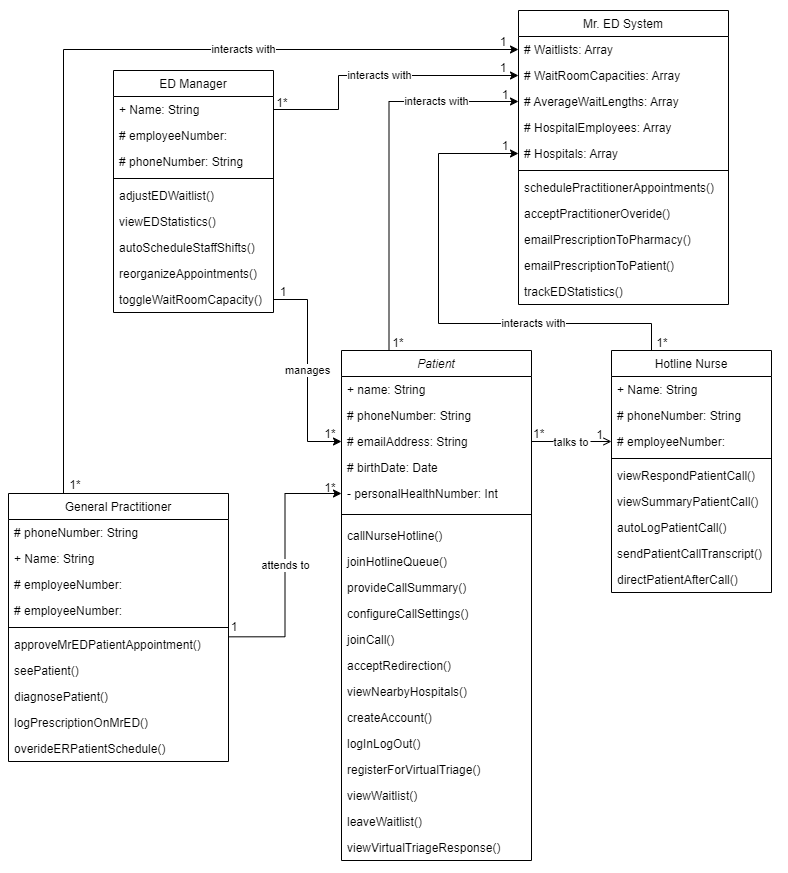
This is AmirWork/M2/Mister_ED_ClassDiagram.drawio.png from SENG-350-2024-fall/Team9, a draw.io export, as it was before one commit. Source tidied: cells renumbered, new cells last; positions are measured from the earlier drawing's top-left corner, leaving out a move shared by most shapes.
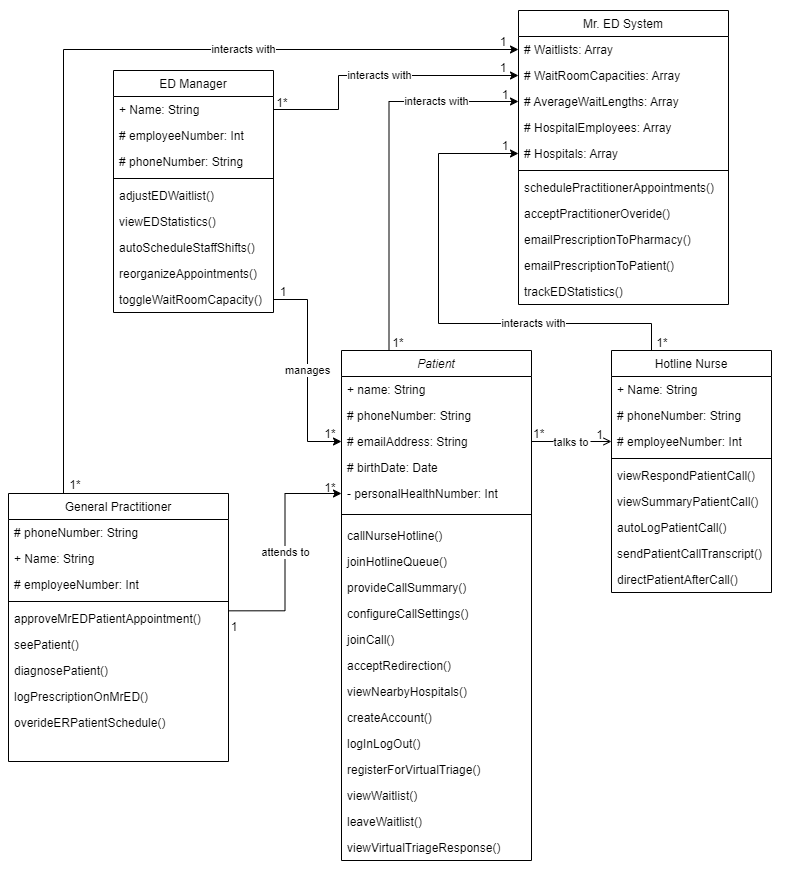
Above is the later version.

What changed in the source:
```diff
@@ -84,7 +84,7 @@
     <mxCell id="27" value="+ Name: String" style="text;align=left;verticalAlign=top;spacingLeft=4;spacingRight=4;overflow=hidden;points=[[0,0.5],[1,0.5]];portConstraint=eastwest;" parent="26" vertex="1">
       <mxGeometry y="26" width="160" height="26" as="geometry" />
     </mxCell>
-    <mxCell id="28" value="# employeeNumber: " style="text;align=left;verticalAlign=top;spacingLeft=4;spacingRight=4;overflow=hidden;rounded=0;shadow=0;html=0;" parent="26" vertex="1">
+    <mxCell id="28" value="# employeeNumber: Int" style="text;align=left;verticalAlign=top;spacingLeft=4;spacingRight=4;overflow=hidden;rounded=0;shadow=0;html=0;" parent="26" vertex="1">
       <mxGeometry y="52" width="160" height="26" as="geometry" />
     </mxCell>
     <mxCell id="29" value="# phoneNumber: String" style="text;align=left;verticalAlign=top;spacingLeft=4;spacingRight=4;overflow=hidden;rounded=0;shadow=0;html=0;" parent="26" vertex="1">
@@ -126,7 +126,7 @@
     <mxCell id="39" value="# phoneNumber: String" style="text;align=left;verticalAlign=top;spacingLeft=4;spacingRight=4;overflow=hidden;rounded=0;shadow=0;html=0;" parent="37" vertex="1">
       <mxGeometry y="52" width="160" height="26" as="geometry" />
     </mxCell>
-    <mxCell id="40" value="# employeeNumber: " style="text;align=left;verticalAlign=top;spacingLeft=4;spacingRight=4;overflow=hidden;points=[[0,0.5],[1,0.5]];portConstraint=eastwest;rounded=0;shadow=0;html=0;" parent="37" vertex="1">
+    <mxCell id="40" value="# employeeNumber: Int" style="text;align=left;verticalAlign=top;spacingLeft=4;spacingRight=4;overflow=hidden;points=[[0,0.5],[1,0.5]];portConstraint=eastwest;rounded=0;shadow=0;html=0;" parent="37" vertex="1">
       <mxGeometry y="78" width="160" height="26" as="geometry" />
     </mxCell>
     <mxCell id="41" style="line;html=1;strokeWidth=1;align=left;verticalAlign=middle;spacingTop=-1;spacingLeft=3;spacingRight=3;labelPosition=right;" parent="37" vertex="1">
@@ -159,29 +159,26 @@
     <mxCell id="50" value="+ Name: String" style="text;align=left;verticalAlign=top;spacingLeft=4;spacingRight=4;overflow=hidden;" parent="48" vertex="1">
       <mxGeometry y="52" width="220" height="26" as="geometry" />
     </mxCell>
-    <mxCell id="51" value="# employeeNumber: " style="text;align=left;verticalAlign=top;spacingLeft=4;spacingRight=4;overflow=hidden;rounded=0;shadow=0;html=0;" parent="48" vertex="1">
+    <mxCell id="51" value="# employeeNumber: Int" style="text;align=left;verticalAlign=top;spacingLeft=4;spacingRight=4;overflow=hidden;rounded=0;shadow=0;html=0;" parent="48" vertex="1">
       <mxGeometry y="78" width="220" height="26" as="geometry" />
     </mxCell>
-    <mxCell id="52" value="# employeeNumber: " style="text;align=left;verticalAlign=top;spacingLeft=4;spacingRight=4;overflow=hidden;rounded=0;shadow=0;html=0;" parent="48" vertex="1">
-      <mxGeometry y="104" width="220" height="26" as="geometry" />
-    </mxCell>
     <mxCell id="53" style="line;html=1;strokeWidth=1;align=left;verticalAlign=middle;spacingTop=-1;spacingLeft=3;spacingRight=3;labelPosition=right;" parent="48" vertex="1">
-      <mxGeometry y="130" width="220" height="8" as="geometry" />
+      <mxGeometry y="104" width="220" height="8" as="geometry" />
     </mxCell>
     <mxCell id="54" value="approveMrEDPatientAppointment()" style="text;align=left;verticalAlign=top;spacingLeft=4;spacingRight=4;overflow=hidden;points=[[0,0.5],[1,0.5]];portConstraint=eastwest;" parent="48" vertex="1">
-      <mxGeometry y="138" width="220" height="26" as="geometry" />
+      <mxGeometry y="112" width="220" height="26" as="geometry" />
     </mxCell>
     <mxCell id="55" value="seePatient()" style="text;align=left;verticalAlign=top;spacingLeft=4;spacingRight=4;overflow=hidden;" parent="48" vertex="1">
-      <mxGeometry y="164" width="220" height="26" as="geometry" />
+      <mxGeometry y="138" width="220" height="26" as="geometry" />
     </mxCell>
     <mxCell id="56" value="diagnosePatient()" style="text;align=left;verticalAlign=top;spacingLeft=4;spacingRight=4;overflow=hidden;" parent="48" vertex="1">
-      <mxGeometry y="190" width="220" height="26" as="geometry" />
+      <mxGeometry y="164" width="220" height="26" as="geometry" />
     </mxCell>
     <mxCell id="57" value="logPrescriptionOnMrED()" style="text;align=left;verticalAlign=top;spacingLeft=4;spacingRight=4;overflow=hidden;" parent="48" vertex="1">
-      <mxGeometry y="216" width="220" height="26" as="geometry" />
+      <mxGeometry y="190" width="220" height="26" as="geometry" />
     </mxCell>
     <mxCell id="58" value="overideERPatientSchedule()" style="text;align=left;verticalAlign=top;spacingLeft=4;spacingRight=4;overflow=hidden;" parent="48" vertex="1">
-      <mxGeometry y="242" width="220" height="26" as="geometry" />
+      <mxGeometry y="216" width="220" height="26" as="geometry" />
     </mxCell>
     <mxCell id="59" value="Mr. ED System" style="swimlane;fontStyle=0;align=center;verticalAlign=top;horizontal=1;startSize=26;rounded=0;shadow=0;strokeWidth=1;" parent="1" vertex="1">
       <mxGeometry x="518" y="10" width="210" height="294" as="geometry" />
```
